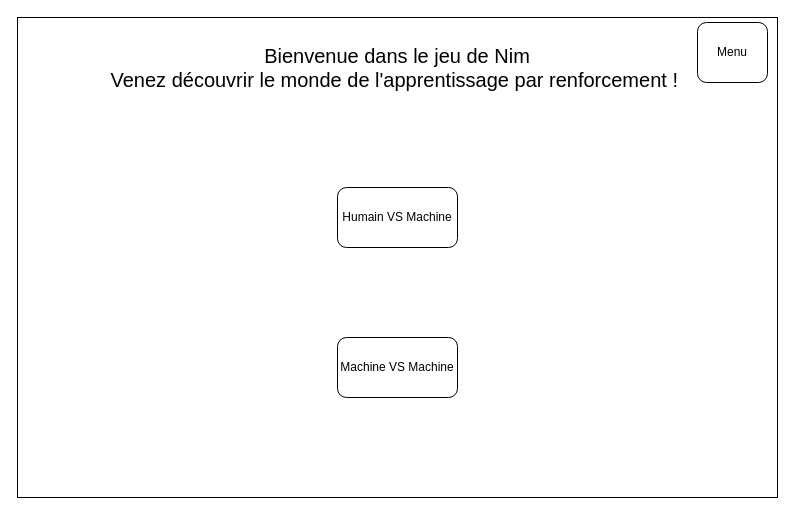
The draw.io diagram page "Page-2" (2 of 6) of src/web_version/images/Drawings.drawio in Terra-Numerica/Reinforcement-Learning, before the edit. Source tidied: cells renumbered, new cells numbered last; positions are measured from the earlier drawing's top-left corner, leaving out a move shared by most shapes. Both pictures are drawn from the tidied source at 100%, with x=0, y=0 at pixel (17, 17).
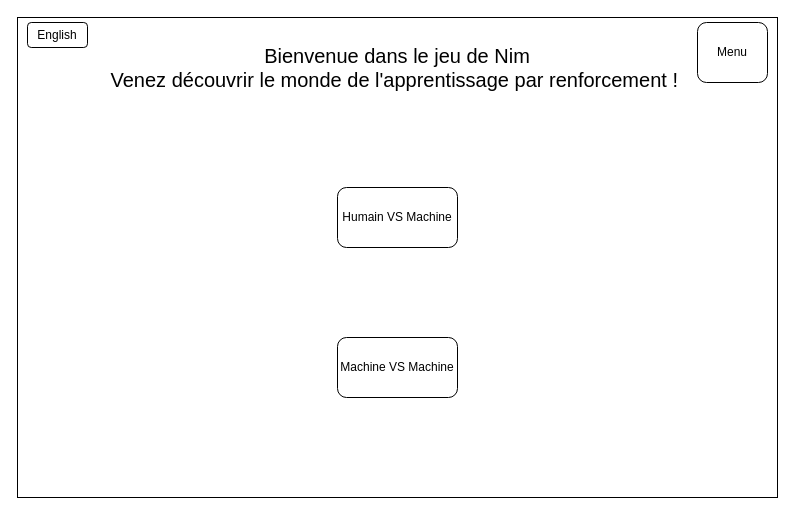
The same diagram, later.

Diff of the diagram source:
```diff
@@
 <mxGraphModel>
   <root>
     <mxCell id="0" />
     <mxCell id="1" parent="0" />
     <mxCell id="2" style="rounded=0;whiteSpace=wrap;html=1;" parent="1" vertex="1">
       <mxGeometry width="760" height="480" as="geometry" />
     </mxCell>
     <mxCell id="3" value="Humain VS Machine" style="rounded=1;whiteSpace=wrap;html=1;" parent="1" vertex="1">
       <mxGeometry x="320" y="170" width="120" height="60" as="geometry" />
     </mxCell>
     <mxCell id="4" value="Machine VS Machine" style="rounded=1;whiteSpace=wrap;html=1;" parent="1" vertex="1">
       <mxGeometry x="320" y="320" width="120" height="60" as="geometry" />
     </mxCell>
     <mxCell id="5" value="Menu" style="rounded=1;whiteSpace=wrap;html=1;" parent="1" vertex="1">
       <mxGeometry x="680" y="5" width="70" height="60" as="geometry" />
     </mxCell>
     <mxCell id="6" value="Bienvenue dans le jeu de Nim&lt;br style=&quot;font-size: 20px;&quot;&gt;Venez découvrir le monde de l'apprentissage par renforcement !&amp;nbsp;" style="text;html=1;strokeColor=none;fillColor=none;align=center;verticalAlign=middle;whiteSpace=wrap;rounded=0;fontSize=20;" parent="1" vertex="1">
       <mxGeometry x="90" y="35" width="580" height="30" as="geometry" />
     </mxCell>
+    <mxCell id="7" value="English" style="rounded=1;whiteSpace=wrap;html=1;" parent="1" vertex="1">
+      <mxGeometry x="10" y="5" width="60" height="25" as="geometry" />
+    </mxCell>
   </root>
 </mxGraphModel>
```
